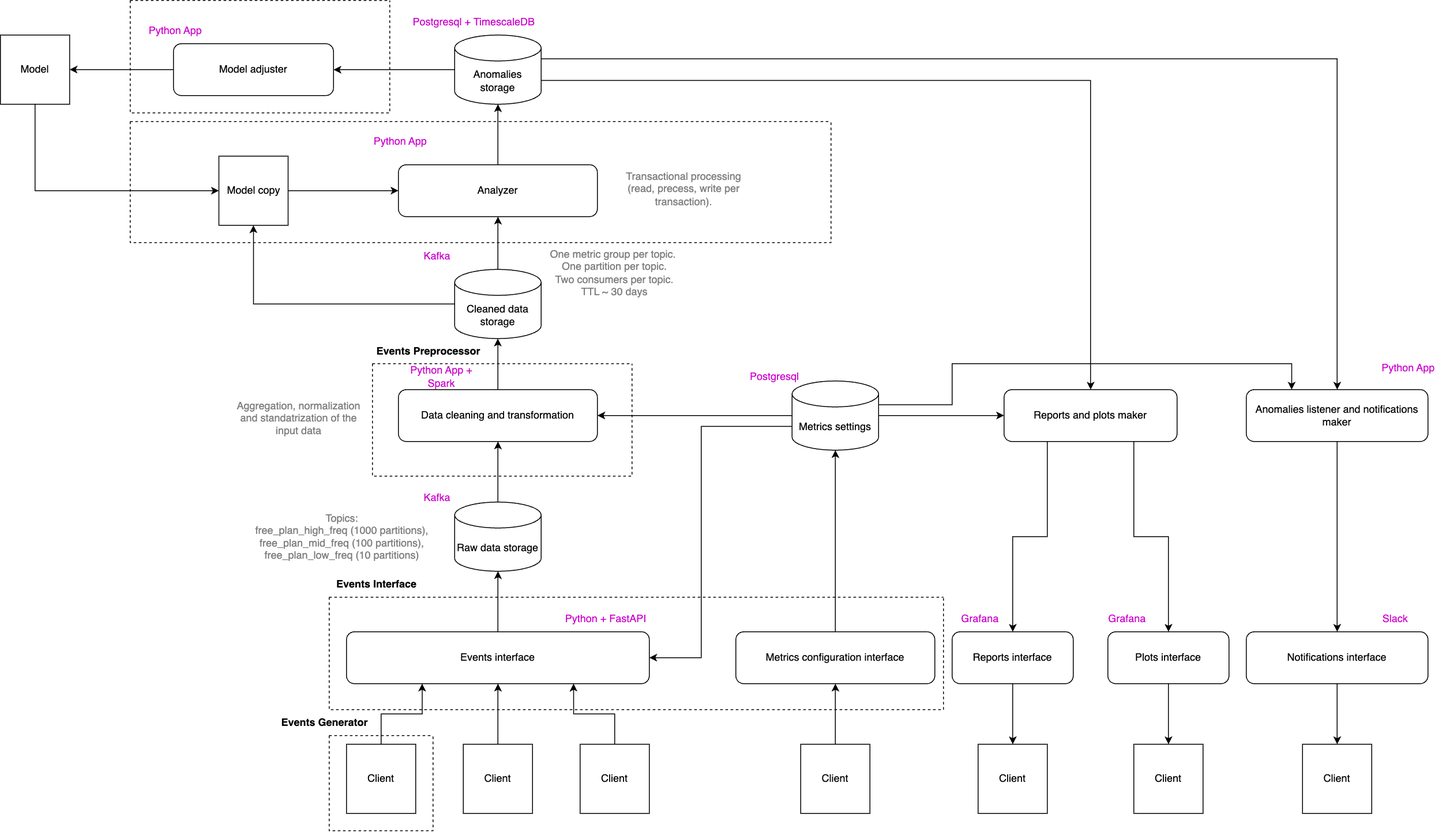
This is description/images/basic_structure.png from vukolov/events_flow_analyser, a draw.io export, as it was before one commit. Source tidied: cells renumbered, new cells last; positions are measured from the earlier drawing's top-left corner, leaving out a move shared by most shapes.
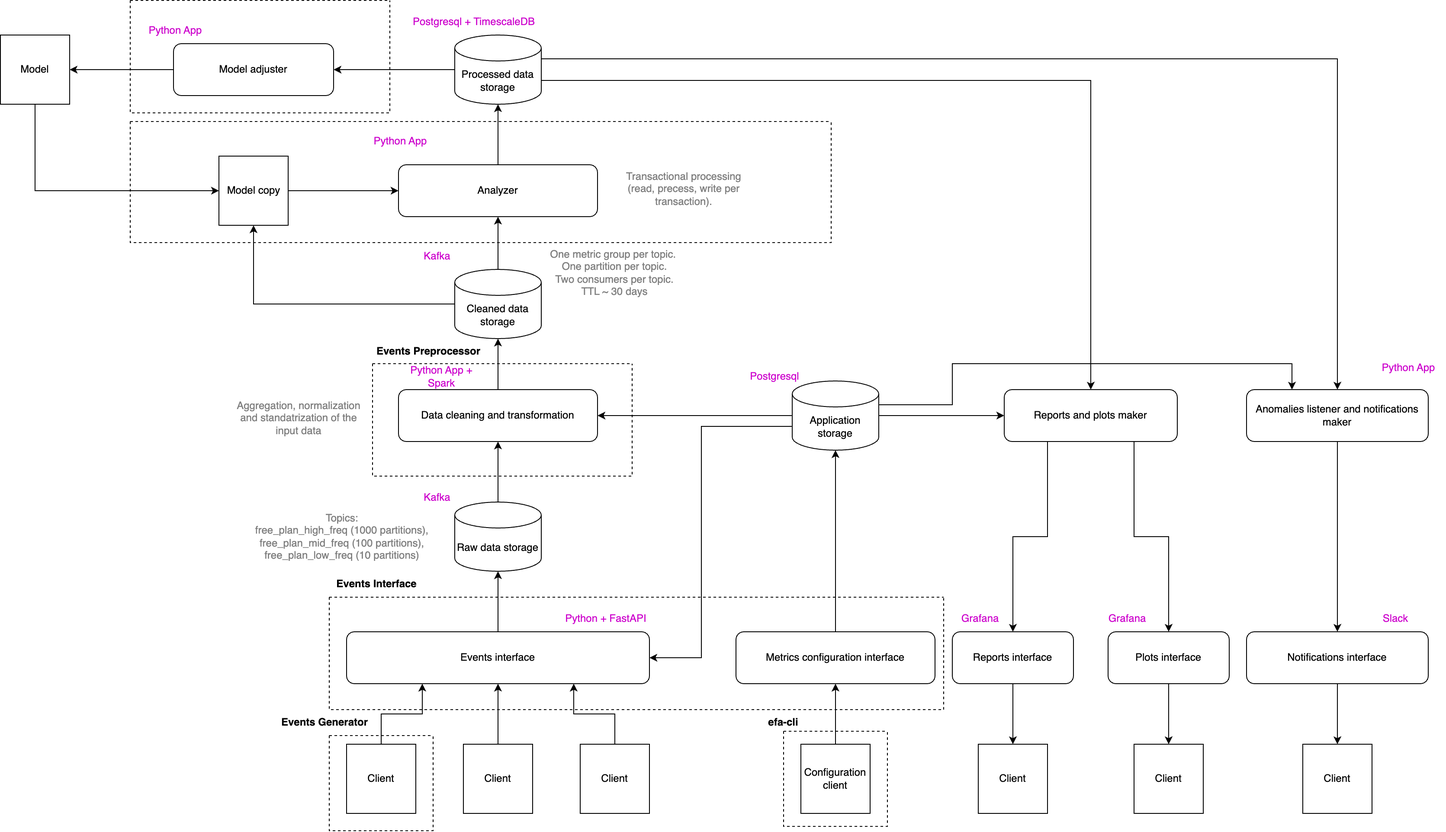
The same diagram one commit later.

Commit message:
updated basic structure schema

The edit, as a diff of the source:
```diff
@@ -68,7 +68,7 @@
     <mxCell id="23" style="edgeStyle=orthogonalEdgeStyle;rounded=0;jettySize=auto;html=1;exitX=1;exitY=0;exitDx=0;exitDy=27.5;exitPerimeter=0;entryX=0.5;entryY=0;entryDx=0;entryDy=0;" parent="1" edge="1" source="24" target="28">
       <mxGeometry relative="1" as="geometry" />
     </mxCell>
-    <mxCell id="24" value="Anomalies storage" style="shape=cylinder3;whiteSpace=wrap;html=1;boundedLbl=1;backgroundOutline=1;size=15;" parent="1" vertex="1">
+    <mxCell id="24" value="Processed data storage" style="shape=cylinder3;whiteSpace=wrap;html=1;boundedLbl=1;backgroundOutline=1;size=15;" parent="1" vertex="1">
       <mxGeometry x="525" y="40" width="100" height="80" as="geometry" />
     </mxCell>
     <mxCell id="25" style="edgeStyle=orthogonalEdgeStyle;rounded=0;jettySize=auto;html=1;exitX=0.5;exitY=0;exitDx=0;exitDy=0;entryX=0.5;entryY=1;entryDx=0;entryDy=0;entryPerimeter=0;" parent="1" edge="1" source="18" target="24">
@@ -115,7 +115,7 @@
         </Array>
       </mxGeometry>
     </mxCell>
-    <mxCell id="36" value="Metrics settings" style="shape=cylinder3;whiteSpace=wrap;html=1;boundedLbl=1;backgroundOutline=1;size=15;" parent="1" vertex="1">
+    <mxCell id="36" value="Application storage" style="shape=cylinder3;whiteSpace=wrap;html=1;boundedLbl=1;backgroundOutline=1;size=15;" parent="1" vertex="1">
       <mxGeometry x="915" y="440" width="100" height="80" as="geometry" />
     </mxCell>
     <mxCell id="37" style="edgeStyle=orthogonalEdgeStyle;rounded=0;jettySize=auto;html=1;exitX=1;exitY=0.5;exitDx=0;exitDy=0;entryX=0;entryY=0.5;entryDx=0;entryDy=0;" parent="1" edge="1" source="38" target="18">
@@ -139,7 +139,7 @@
     <mxCell id="43" style="edgeStyle=orthogonalEdgeStyle;rounded=0;jettySize=auto;html=1;exitX=0.5;exitY=0;exitDx=0;exitDy=0;entryX=0.5;entryY=1;entryDx=0;entryDy=0;" parent="1" edge="1" source="44" target="41">
       <mxGeometry relative="1" as="geometry" />
     </mxCell>
-    <mxCell id="44" value="Client" style="whiteSpace=wrap;html=1;" parent="1" vertex="1">
+    <mxCell id="44" value="Configuration client" style="whiteSpace=wrap;html=1;" parent="1" vertex="1">
       <mxGeometry x="925" y="860" width="80" height="80" as="geometry" />
     </mxCell>
     <mxCell id="45" style="edgeStyle=orthogonalEdgeStyle;rounded=0;jettySize=auto;html=1;exitX=0.75;exitY=1;exitDx=0;exitDy=0;entryX=0.5;entryY=0;entryDx=0;entryDy=0;" parent="1" edge="1" source="47" target="51">
@@ -235,5 +235,11 @@
     <mxCell id="75" value="Events Interface" style="text;html=1;align=center;verticalAlign=middle;whiteSpace=wrap;rounded=0;fontStyle=1;" parent="1" vertex="1">
       <mxGeometry x="380" y="660" width="110" height="30" as="geometry" />
     </mxCell>
+    <mxCell id="76" style="swimlane;startSize=0;dashed=1;" parent="1" vertex="1">
+      <mxGeometry x="905" y="845" width="120" height="110" as="geometry" />
+    </mxCell>
+    <mxCell id="77" value="efa-cli" style="text;html=1;align=center;verticalAlign=middle;whiteSpace=wrap;rounded=0;fontStyle=1;" parent="1" vertex="1">
+      <mxGeometry x="850" y="820" width="110" height="30" as="geometry" />
+    </mxCell>
   </root>
 </mxGraphModel>
```
